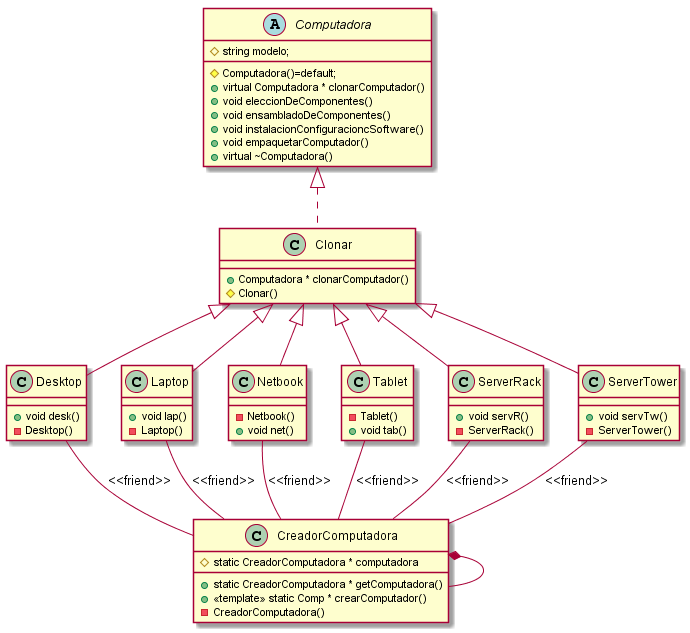
Above: Evaluaciones/Primera/diagramaEvaluacion1.png in jehor737/AYMSSHR2017 (PlantUML), before the change.
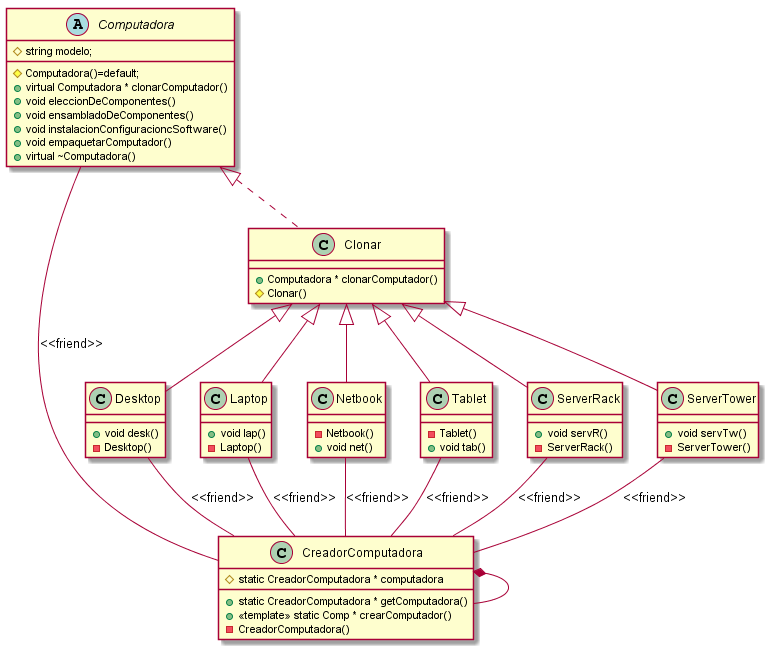
After the change.

Change to the diagram source:
```diff
@@ -53,6 +53,7 @@
 Tablet--CreadorComputadora: <<friend>>
 ServerRack--CreadorComputadora: <<friend>>
 ServerTower--CreadorComputadora: <<friend>>
+Computadora--CreadorComputadora: <<friend>>
 Clonar <|-- Desktop
 Clonar <|-- Laptop
 Clonar <|-- Netbook
```
